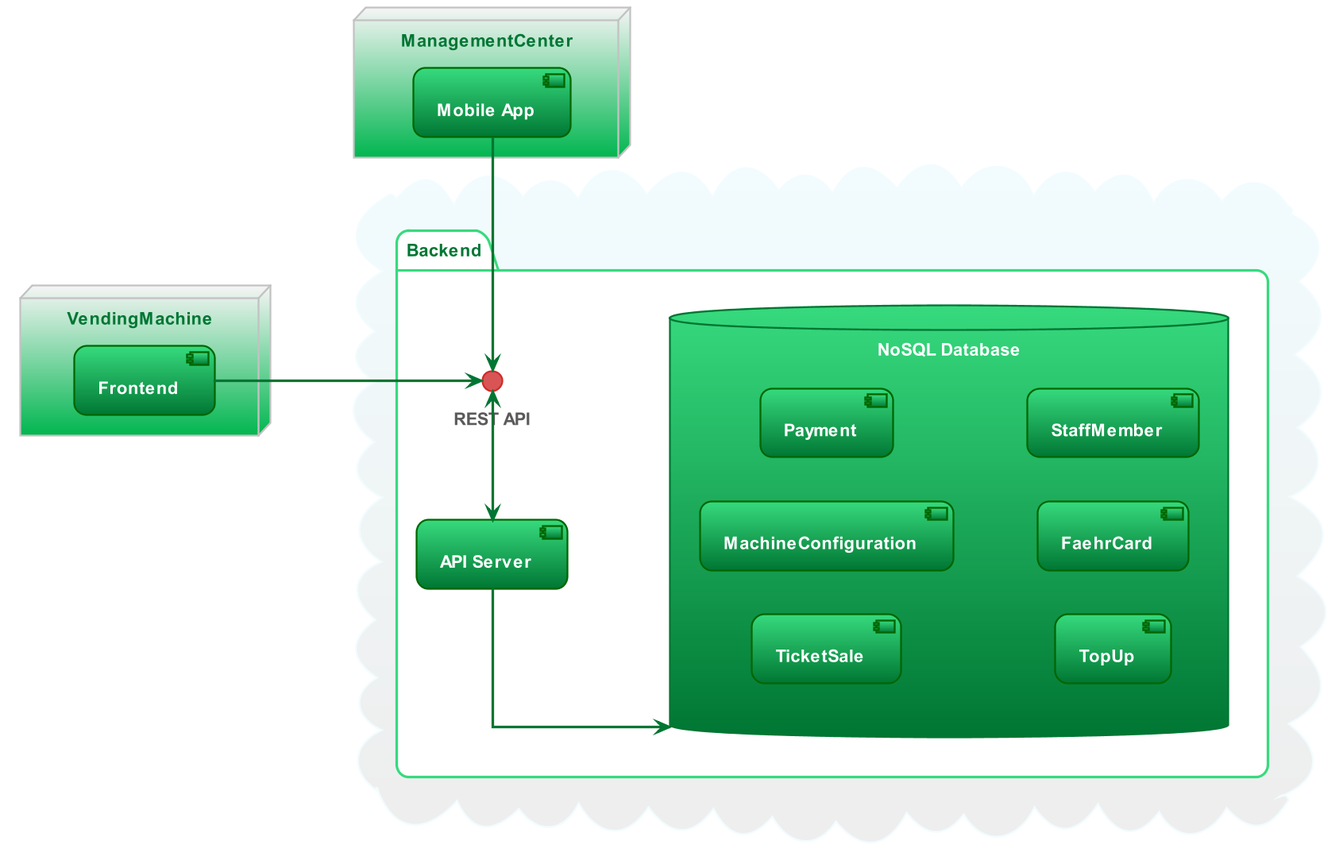
The PlantUML diagram img/development_view.png in FerryTix/diagrams, before a commit.
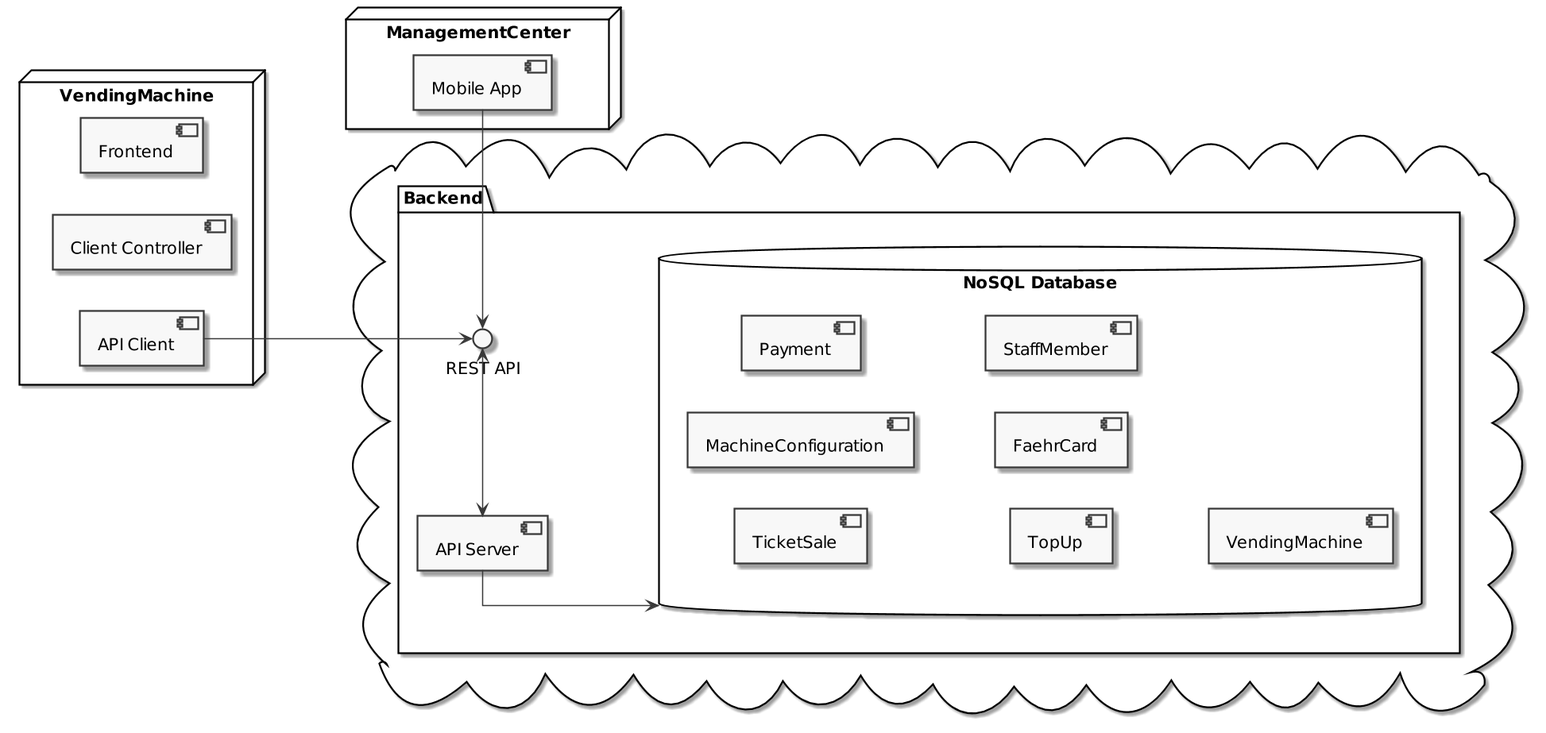
The same file after the commit.

Commit message:
make colors monochrome, add client controller and api client packages

The edit, as a diff of the source:
```diff
@@ -1,424 +1,8 @@
 @startuml
 
-!$THEME = "bluegray"
-
-!if %not(%variable_exists("$BGCOLOR"))
-!$BGCOLOR = $WHITE
-!endif
-
-skinparam backgroundColor $BGCOLOR
-
-
-!$WHITE = "#fff"
-!$GRAY_DARK = "#5a5a5a"
-!$GRAY = "#959595"
-!$PRIMARY = "#007633"
-!$SECONDARY = "#00B64F"
-!$SUCCESS = "#b5bd00"
-!$INFO = "#0568ae"
-!$WARNING = "#ea7400"
-!$DANGER = "#cf2a2a"
-!$LIGHT = "#d2d2d2"
-!$DARK = "#5a5a5a"
-
-!$FGCOLOR = $DARK
-!$PRIMARY_DARK = "#007633"
-!$PRIMARY_LIGHT = "#37DA7E"
-!$PRIMARY_TEXT = $WHITE
-!$SECONDARY_LIGHT = "#f5f5f5"
-!$SECONDARY_DARK = "#c2c2c2"
-!$SECONDARY_TEXT = $DARK
-!$INFO_LIGHT = "#3786be"
-!$INFO_DARK = "#04538b"
-!$INFO_TEXT = $WHITE
-!$SUCCESS_LIGHT = "#c4ca33"
-!$SUCCESS_DARK = "#919700"
-!$SUCCESS_TEXT = $WHITE
-!$WARNING_LIGHT = "#ee9033"
-!$WARNING_DARK = "#bb5d00"
-!$WARNING_TEXT = $WHITE
-!$DANGER_LIGHT = "#d95555"
-!$DANGER_DARK = "#a62222"
-!$DANGER_TEXT = $WHITE
-
-!procedure $success($msg)
-  <font color=$SUCCESS><b>$msg
-!endprocedure
-
-!procedure $failure($msg)
-  <font color=$DANGER><b>$msg
-!endprocedure
-
-!procedure $warning($msg)
-  <font color=$WARNING><b>$msg
-!endprocedure
-
-!procedure $primary_scheme()
-
-	FontColor $PRIMARY_TEXT
-	BorderColor #060
-	BackgroundColor $PRIMARY_LIGHT-$PRIMARY
-
-!endprocedure
-
-!procedure $secondary_scheme()
-	FontColor $SECONDARY_TEXT
-	BorderColor $SECONDARY_DARK
-	BackgroundColor $WHITE-#fefefe
-!endprocedure
-
-skinparam defaultFontName        "Oxygen-Sans"
-skinparam defaultFontSize        14
-skinparam dpi                    150
-skinparam shadowing              false
-skinparam roundcorner            20
-skinparam ParticipantPadding     30
-skinparam BoxPadding             20
-skinparam Padding                4
-skinparam ArrowColor             $PRIMARY_DARK
-skinparam defaultFontStyle       bold
-skinparam stereotype {
-    CBackgroundColor $SECONDARY_LIGHT
-    CBorderColor $SECONDARY_DARK
-    ABackgroundColor $SUCCESS_LIGHT
-    ABorderColor $SUCCESS_DARK
-    IBackgroundColor $DANGER_LIGHT
-    IBorderColor $DANGER_DARK
-    EBackgroundColor $WARNING_LIGHT
-    EBorderColor $WARNING_DARK
-    NBackgroundColor $INFO_LIGHT
-    NBorderColor $INFO_DARK
-}
-skinparam title {
-	FontColor	                 $WHITE
-	BorderColor	                 $PRIMARY_LIGHT
-	FontSize	    	         22
-	BorderRoundCorner            32
-	FontStyle                    italic
-	BorderThickness 	         2
-	BackgroundColor              $SECONDARY-$PRIMARY
-}
-
-
-skinparam legend {
-	BackgroundColor $SECONDARY
-	BorderColor $SECONDARY_DARK
-	FontColor $DARK
-}
-
-!startsub swimlane
-skinparam swimlane {
-	BorderColor $INFO
-	BorderThickness 2
-	TitleBackgroundColor  $SECONDARY_LIGHT-$SECONDARY
-	TitleFontColor $PRIMARY
-}
-!endsub
-
-!startsub activity
-
-skinparam activity {
-	FontColor $PRIMARY_TEXT
-	BorderColor $PRIMARY
-	BackgroundColor $PRIMARY_LIGHT-$PRIMARY
-	BarColor $SUCCESS
-	StartColor $INFO
-	EndColor $INFO
-	DiamondBackgroundColor $SECONDARY_LIGHT-$SECONDARY_DARK
-  	DiamondBorderColor $SECONDARY_DARK
-	DiamondFontColor $SECONDARY_TEXT
-}
-!endsub
-
-!startsub participant
-
-skinparam participant {
-	$primary_scheme()
-	ParticipantBorderThickness 2
-}
-!endsub
-
-!startsub actor
-
-skinparam actor {
-	$primary_scheme()
-	FontColor $PRIMARY
-}
-!endsub
-
-!startsub arrow
-
-skinparam arrow {
-	Thickness 2
-	Color $PRIMARY
-	FontColor $FGCOLOR
-	FontStyle italic
-}
-!endsub
-
-!startsub sequence
-
-skinparam sequence {
-	BorderColor $PRIMARY
-	StartColor $PRIMARY
-	EndColor #000
-	BoxBackgroundColor $LIGHT
-	BoxBorderColor $GRAY
-	BoxFontColor $DARK
-	LifeLineBorderColor #111
-	LifeLineBorderThickness 2
-	GroupBorderColor $GRAY
-	GroupFontColor $DARK
-	GroupHeaderFontColor $INFO
-	DividerBackgroundColor $WHITE-$LIGHT
-    DividerBorderColor $GRAY
-    DividerBorderThickness 2
-    DividerFontColor $DARK
-	ReferenceBackgroundColor $BGCOLOR
-	ReferenceBorderColor $GRAY
-	ReferenceFontColor $DARK
-	ReferenceHeaderFontColor $INFO
-
-}
-!endsub
-
-!startsub partition
-
-skinparam partition {
-	BorderColor $PRIMARY
-	FontColor $PRIMARY
-	BackgroundColor $BGCOLOR
-}
-!endsub
-
-!startsub collections
-
-skinparam collections {
-	$primary_scheme()
-}
-!endsub
-
-!startsub control
-
-skinparam control {
-	$primary_scheme()
-	FontColor $PRIMARY
-}
-!endsub
-
-!startsub entity
-
-skinparam entity {
-	$primary_scheme()
-	FontColor $PRIMARY
-}
-!endsub
-
-!startsub boundary
-
-skinparam boundary {
-	$primary_scheme()
-	FontColor $PRIMARY
-}
-!endsub
-
-!startsub agent
-
-skinparam agent {
-	BackgroundColor #orange
-	BorderColor #999999
-	FontColor #333333
-}
-!endsub
-
-!startsub note
-
-skinparam note {
-	BorderThickness 1
-	BackgroundColor $INFO_LIGHT-$INFO
-	BorderColor $INFO
-	FontColor $WHITE
-}
-!endsub
-
-!startsub artifact
-
-skinparam artifact {
-	BackgroundColor $WHITE-$LIGHT
-	BorderColor $SECONDARY_DARK
-	FontColor $SECONDARY_TEXT
-}
-!endsub
-
-!startsub component
-
-skinparam component {
-	$primary_scheme()
-	IBackgroundColor $WHITE
-}
-!endsub
-
-!startsub interface
-
-skinparam interface {
-	BackgroundColor  $DANGER_LIGHT
-	BorderColor  $DANGER
-	FontColor $DARK
-}
-!endsub
-
-!startsub storage
-
-skinparam storage {
-	BackgroundColor $WARNING_LIGHT-$WARNING
-  	BorderColor $WARNING
-	FontColor $WARNING_TEXT
-}
-!endsub
-
-!startsub node
-
-skinparam node {
-	BackgroundColor $SECONDARY_LIGHT-$SECONDARY
-	BorderColor $SECONDARY_DARK
-	FontColor $PRIMARY
-}
-!endsub
-
-!startsub cloud
-
-skinparam cloud {
-	BackgroundColor #F2FCFE-#eeeeee
-	BorderColor #F2FCFE
-	FontColor $PRIMARY
-}
-!endsub
-
-!startsub database
-
-skinparam database {
-	$primary_scheme()
-	BorderColor $PRIMARY_DARK
-}
-!endsub
-
-!startsub class
-
-skinparam class {
-	$primary_scheme()
-	HeaderBackgroundColor $PRIMARY
-	StereotypeFontColor $DARK
-	BorderThickness 1
-	AttributeFontColor $WHITE
-	AttributeFontSize 14
-}
-!endsub
-
-!startsub object
-
-skinparam object {
-	$primary_scheme()
-	StereotypeFontColor $DARK
-	BorderThickness 1
-	AttributeFontColor $LIGHT
-	AttributeFontSize 11
-}
-!endsub
-
-!startsub usecase
-
-skinparam usecase {
-	$primary_scheme()
-	BorderThickness 2
-	StereotypeFontColor $PRIMARY
-}
-!endsub
-
-!startsub rectangle
-
-skinparam rectangle {
-	$secondary_scheme()
-	BorderThickness 2
-	StereotypeFontColor $PRIMARY
-}
-!endsub
-
-!startsub package
-
-skinparam package {
-	FontColor $PRIMARY
-	BorderColor $PRIMARY_LIGHT
-	BackgroundColor $BGCOLOR
-	BorderThickness 2
-}
-!endsub
-
-!startsub folder
-
-skinparam folder {
-	BackgroundColor $WHITE-$SECONDARY_LIGHT
-  	BorderColor $WARNING
-	FontColor $WARNING
-	BorderThickness 2
-}
-!endsub
-
-!startsub frame
-
-skinparam frame {
-	BackgroundColor $WHITE-$SECONDARY_LIGHT
-  	BorderColor $INFO
-	FontColor $INFO
-	BorderThickness 2
-}
-!endsub
-
-!startsub state
-
-skinparam state {
-	$primary_scheme()
-	BorderColor $PRIMARY_DARK
-	StartColor $INFO
-	EndColor $INFO
-	AttributeFontColor $LIGHT
-	AttributeFontSize 11
-}
-!endsub
-
-!startsub queue
-
-skinparam queue {
-	$primary_scheme()
-}
-!endsub
-
-!startsub card
-
-skinparam card {
-	BackgroundColor $INFO_LIGHT-$INFO
-	BorderColor $INFO
-	FontColor $INFO_TEXT
-}
-!endsub
-
-!startsub file
-
-skinparam file {
-	BackgroundColor $SECONDARY_LIGHT-$SECONDARY
-	BorderColor $INFO
-	FontColor $SECONDARY_TEXT
-
-}
-!endsub
-
-!startsub stack
-
-skinparam stack {
-	$primary_scheme()
-}
-!endsub
-
 skinparam linetype ortho
+skinparam monochrome true
+scale 1.5
 left to right direction
 cloud {
     package "Backend" {
@@ -441,11 +25,13 @@
 server <-> api
 server --> db
 
-node "VendingMachine" {
+node "VendingMachine" as vm {
     [Frontend] as v_fr
+    [Client Controller]
+    [API Client] as apicl
 }
 
-v_fr ---> api
+apicl ---> api
 
 node "ManagementCenter" {
     [Mobile App] as m_app
```
